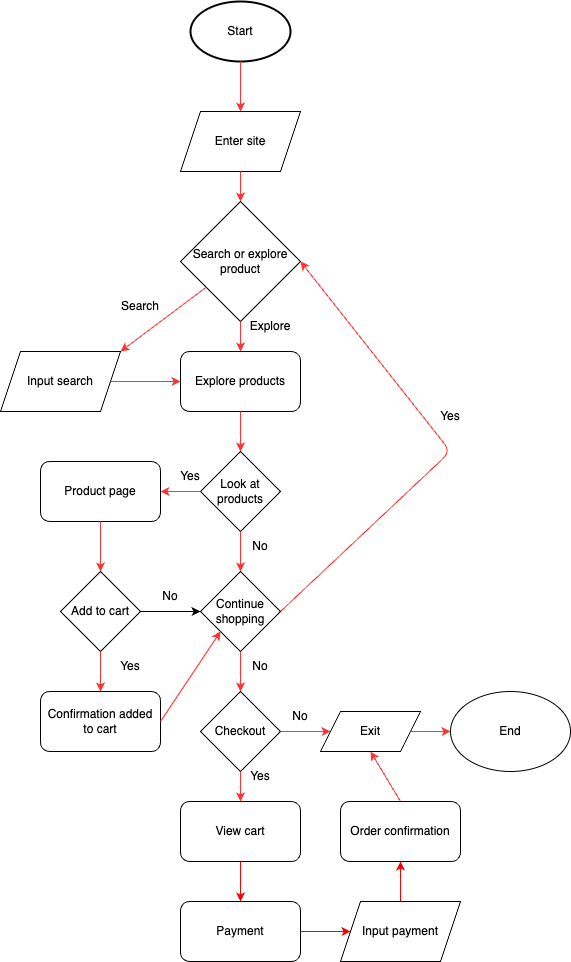
Zeyddd/sp24-cse110-lab4 keeps this draw.io diagram as explore/diagramming/diagram.drawio.png. Above is the earlier version. Source tidied: cells renumbered, new cells last; positions are measured from the earlier drawing's top-left corner, leaving out a move shared by most shapes.
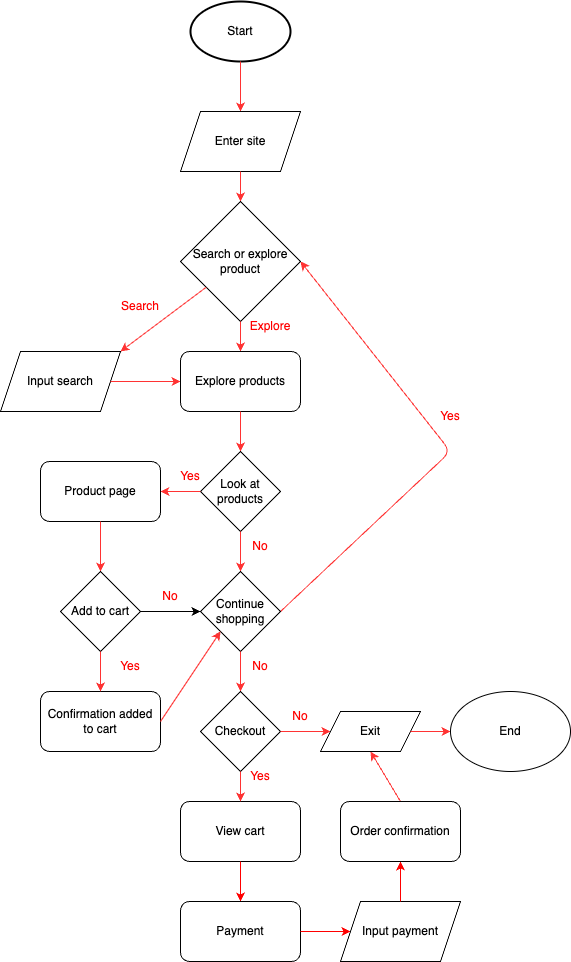
Above is the later version.

Commit message:
Actually fixed diagram

Diff of the diagram source:
```diff
@@ -39,10 +39,10 @@
     <mxCell id="12" value="Explore products" style="rounded=1;whiteSpace=wrap;html=1;" parent="1" vertex="1">
       <mxGeometry x="180" y="350" width="120" height="60" as="geometry" />
     </mxCell>
-    <mxCell id="13" value="Search" style="text;html=1;strokeColor=none;fillColor=none;align=center;verticalAlign=middle;whiteSpace=wrap;rounded=0;" parent="1" vertex="1">
+    <mxCell id="13" value="&lt;font color=&quot;#ff0000&quot;&gt;Search&lt;/font&gt;" style="text;html=1;strokeColor=none;fillColor=none;align=center;verticalAlign=middle;whiteSpace=wrap;rounded=0;" parent="1" vertex="1">
       <mxGeometry x="110" y="290" width="60" height="30" as="geometry" />
     </mxCell>
-    <mxCell id="14" value="Explore&lt;br&gt;" style="text;html=1;strokeColor=none;fillColor=none;align=center;verticalAlign=middle;whiteSpace=wrap;rounded=0;" parent="1" vertex="1">
+    <mxCell id="14" value="&lt;font color=&quot;#ff0000&quot;&gt;Explore&lt;/font&gt;" style="text;html=1;strokeColor=none;fillColor=none;align=center;verticalAlign=middle;whiteSpace=wrap;rounded=0;" parent="1" vertex="1">
       <mxGeometry x="240" y="310" width="60" height="30" as="geometry" />
     </mxCell>
     <mxCell id="15" style="edgeStyle=none;rounded=1;html=1;exitX=0.5;exitY=0;exitDx=0;exitDy=0;entryX=0.5;entryY=1;entryDx=0;entryDy=0;startArrow=classic;startFill=1;endArrow=none;endFill=0;fillColor=#FF3333;strokeColor=#FF3333;" parent="1" edge="1" source="16" target="12">
@@ -63,7 +63,7 @@
     <mxCell id="20" value="Add to cart" style="rhombus;whiteSpace=wrap;html=1;" parent="1" vertex="1">
       <mxGeometry x="60" y="570" width="80" height="80" as="geometry" />
     </mxCell>
-    <mxCell id="21" value="Yes" style="text;html=1;strokeColor=none;fillColor=none;align=center;verticalAlign=middle;whiteSpace=wrap;rounded=0;" parent="1" vertex="1">
+    <mxCell id="21" value="&lt;font color=&quot;#ff0000&quot;&gt;Yes&lt;/font&gt;" style="text;html=1;strokeColor=none;fillColor=none;align=center;verticalAlign=middle;whiteSpace=wrap;rounded=0;" parent="1" vertex="1">
       <mxGeometry x="160" y="460" width="60" height="30" as="geometry" />
     </mxCell>
     <mxCell id="22" style="edgeStyle=none;rounded=1;html=1;exitX=0.5;exitY=0;exitDx=0;exitDy=0;entryX=0.5;entryY=1;entryDx=0;entryDy=0;startArrow=classic;startFill=1;endArrow=none;endFill=0;" parent="1" edge="1" source="23" target="20">
@@ -84,16 +84,16 @@
     <mxCell id="27" value="Continue shopping" style="rhombus;whiteSpace=wrap;html=1;" parent="1" vertex="1">
       <mxGeometry x="200" y="570" width="80" height="80" as="geometry" />
     </mxCell>
-    <mxCell id="28" value="Yes" style="text;html=1;strokeColor=none;fillColor=none;align=center;verticalAlign=middle;whiteSpace=wrap;rounded=0;" parent="1" vertex="1">
+    <mxCell id="28" value="&lt;font color=&quot;#ff0000&quot;&gt;Yes&lt;/font&gt;" style="text;html=1;strokeColor=none;fillColor=none;align=center;verticalAlign=middle;whiteSpace=wrap;rounded=0;" parent="1" vertex="1">
       <mxGeometry x="100" y="650" width="60" height="30" as="geometry" />
     </mxCell>
-    <mxCell id="29" value="No" style="text;html=1;strokeColor=none;fillColor=none;align=center;verticalAlign=middle;whiteSpace=wrap;rounded=0;" parent="1" vertex="1">
+    <mxCell id="29" value="&lt;font color=&quot;#ff0000&quot;&gt;No&lt;/font&gt;" style="text;html=1;strokeColor=none;fillColor=none;align=center;verticalAlign=middle;whiteSpace=wrap;rounded=0;" parent="1" vertex="1">
       <mxGeometry x="140" y="580" width="60" height="30" as="geometry" />
     </mxCell>
-    <mxCell id="30" value="No" style="text;html=1;strokeColor=none;fillColor=none;align=center;verticalAlign=middle;whiteSpace=wrap;rounded=0;" parent="1" vertex="1">
+    <mxCell id="30" value="&lt;font color=&quot;#ff0000&quot;&gt;No&lt;/font&gt;" style="text;html=1;strokeColor=none;fillColor=none;align=center;verticalAlign=middle;whiteSpace=wrap;rounded=0;" parent="1" vertex="1">
       <mxGeometry x="230" y="530" width="60" height="30" as="geometry" />
     </mxCell>
-    <mxCell id="31" value="Yes" style="text;html=1;strokeColor=none;fillColor=none;align=center;verticalAlign=middle;whiteSpace=wrap;rounded=0;" parent="1" vertex="1">
+    <mxCell id="31" value="&lt;font color=&quot;#ff0000&quot;&gt;Yes&lt;/font&gt;" style="text;html=1;strokeColor=none;fillColor=none;align=center;verticalAlign=middle;whiteSpace=wrap;rounded=0;" parent="1" vertex="1">
       <mxGeometry x="420" y="400" width="60" height="30" as="geometry" />
     </mxCell>
     <mxCell id="32" style="edgeStyle=none;rounded=1;html=1;exitX=0.5;exitY=0;exitDx=0;exitDy=0;entryX=0.5;entryY=1;entryDx=0;entryDy=0;startArrow=classic;startFill=1;endArrow=none;endFill=0;fillColor=#FF3333;strokeColor=#FF3333;" parent="1" edge="1" source="33" target="27">
@@ -102,7 +102,7 @@
     <mxCell id="33" value="Checkout" style="rhombus;whiteSpace=wrap;html=1;" parent="1" vertex="1">
       <mxGeometry x="200" y="690" width="80" height="80" as="geometry" />
     </mxCell>
-    <mxCell id="34" value="No" style="text;html=1;strokeColor=none;fillColor=none;align=center;verticalAlign=middle;whiteSpace=wrap;rounded=0;" parent="1" vertex="1">
+    <mxCell id="34" value="&lt;font color=&quot;#ff0000&quot;&gt;No&lt;/font&gt;" style="text;html=1;strokeColor=none;fillColor=none;align=center;verticalAlign=middle;whiteSpace=wrap;rounded=0;" parent="1" vertex="1">
       <mxGeometry x="230" y="650" width="60" height="30" as="geometry" />
     </mxCell>
     <mxCell id="35" style="edgeStyle=none;rounded=1;html=1;exitX=0;exitY=0.5;exitDx=0;exitDy=0;entryX=1;entryY=0.5;entryDx=0;entryDy=0;startArrow=classic;startFill=1;endArrow=none;endFill=0;fillColor=#FF3333;strokeColor=#FF3333;" parent="1" edge="1" source="37" target="33">
@@ -120,7 +120,7 @@
     <mxCell id="39" value="End" style="ellipse;whiteSpace=wrap;html=1;" parent="1" vertex="1">
       <mxGeometry x="450" y="690" width="120" height="80" as="geometry" />
     </mxCell>
-    <mxCell id="40" value="No" style="text;html=1;strokeColor=none;fillColor=none;align=center;verticalAlign=middle;whiteSpace=wrap;rounded=0;" parent="1" vertex="1">
+    <mxCell id="40" value="&lt;font color=&quot;#ff0000&quot;&gt;No&lt;/font&gt;" style="text;html=1;strokeColor=none;fillColor=none;align=center;verticalAlign=middle;whiteSpace=wrap;rounded=0;" parent="1" vertex="1">
       <mxGeometry x="270" y="700" width="60" height="30" as="geometry" />
     </mxCell>
     <mxCell id="41" style="edgeStyle=none;rounded=1;html=1;exitX=0.5;exitY=0;exitDx=0;exitDy=0;entryX=0.5;entryY=1;entryDx=0;entryDy=0;startArrow=classic;startFill=1;endArrow=none;endFill=0;" parent="1" edge="1" source="42" target="33">
@@ -129,7 +129,7 @@
     <mxCell id="42" value="View cart" style="rounded=1;whiteSpace=wrap;html=1;" parent="1" vertex="1">
       <mxGeometry x="180" y="800" width="120" height="60" as="geometry" />
     </mxCell>
-    <mxCell id="43" value="Yes" style="text;html=1;strokeColor=none;fillColor=none;align=center;verticalAlign=middle;whiteSpace=wrap;rounded=0;" parent="1" vertex="1">
+    <mxCell id="43" value="&lt;font color=&quot;#ff0000&quot;&gt;Yes&lt;/font&gt;" style="text;html=1;strokeColor=none;fillColor=none;align=center;verticalAlign=middle;whiteSpace=wrap;rounded=0;" parent="1" vertex="1">
       <mxGeometry x="230" y="760" width="60" height="30" as="geometry" />
     </mxCell>
     <mxCell id="44" style="edgeStyle=none;rounded=1;html=1;exitX=0.5;exitY=0;exitDx=0;exitDy=0;entryX=0.5;entryY=1;entryDx=0;entryDy=0;startArrow=classic;startFill=1;endArrow=none;endFill=0;strokeColor=#FF0000;" parent="1" edge="1" source="45" target="42">
```
